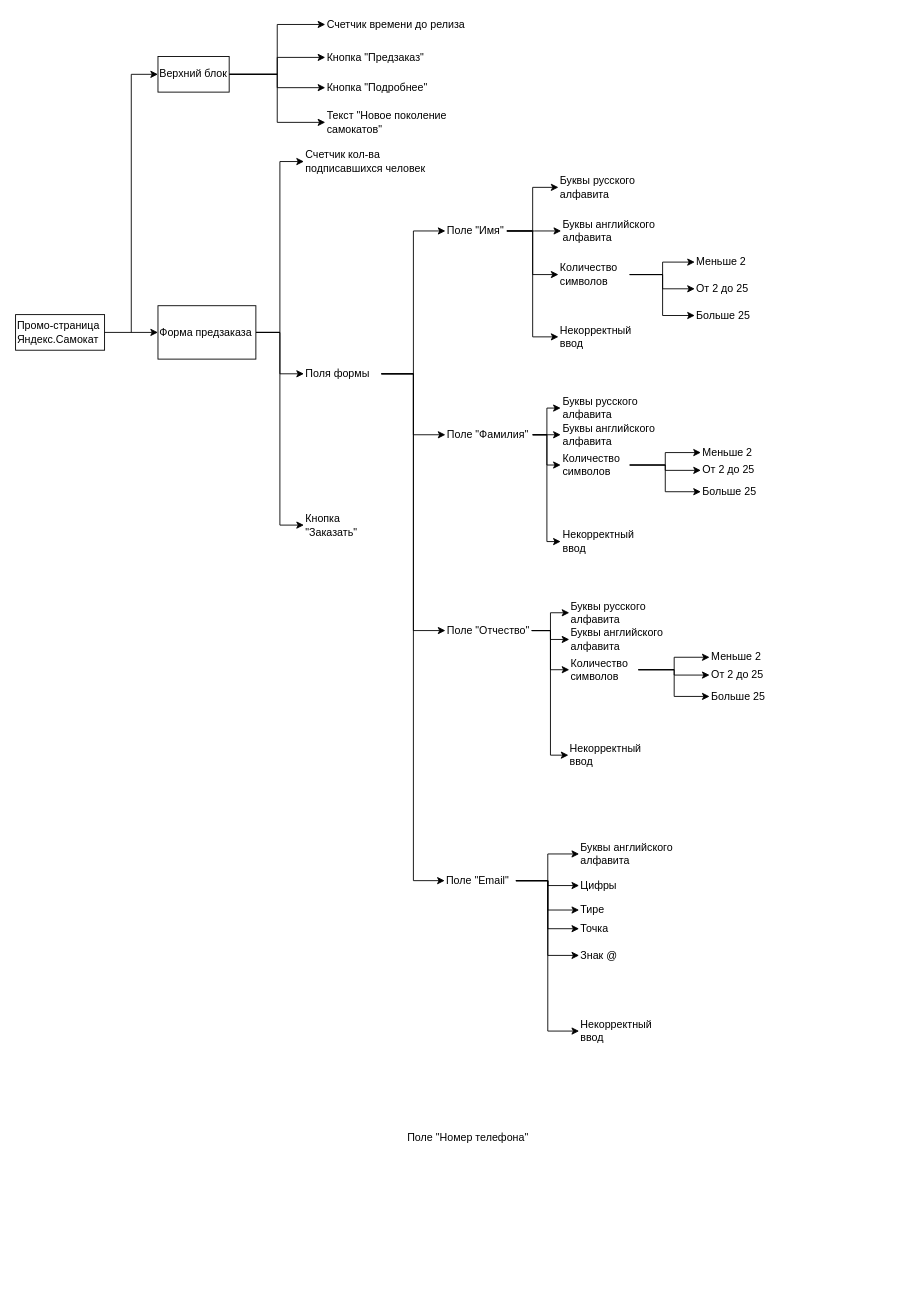
Before: Диаграмма без названия.drawio in glebchuck/js_test, a draw.io diagram. Source tidied: cells renumbered, new cells numbered last; positions are measured from the earlier drawing's top-left corner, leaving out a move shared by most shapes. Both pictures are drawn from the tidied source at 89%, with x=0, y=0 at pixel (15, 15).
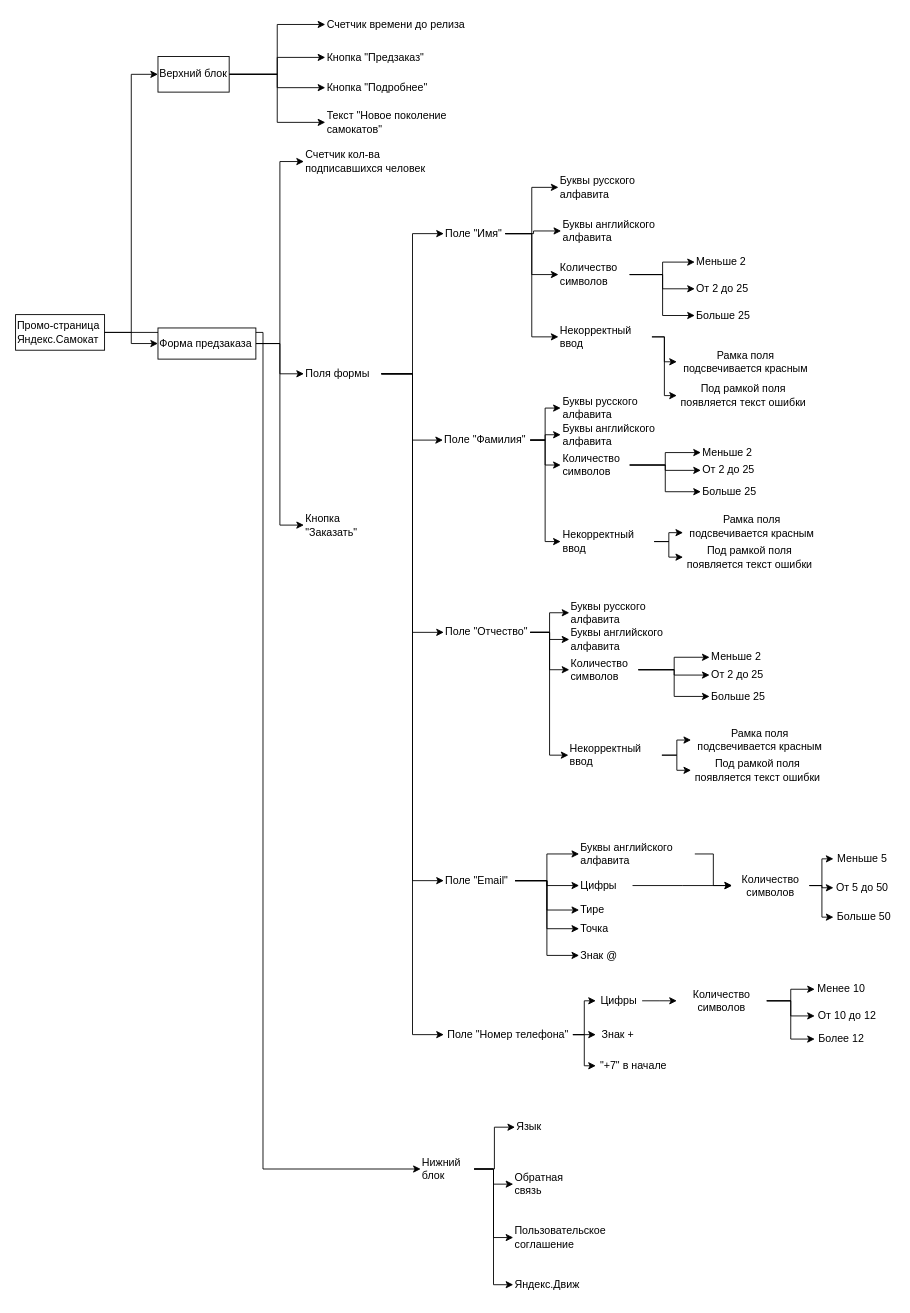
Above is the later version.

Unchanged cells that the change refers to:
```xml
<mxCell id="3" value="Промо-страница Яндекс.Самокат" style="text;html=1;strokeColor=default;fillColor=none;align=left;verticalAlign=middle;whiteSpace=wrap;rounded=0;" parent="1" vertex="1">
  <mxGeometry y="336" width="100" height="40" as="geometry" />
</mxCell>
<mxCell id="23" value="Поля формы" style="text;html=1;strokeColor=none;fillColor=none;align=left;verticalAlign=middle;whiteSpace=wrap;rounded=0;" parent="1" vertex="1">
  <mxGeometry x="324" y="388" width="87" height="29" as="geometry" />
</mxCell>
<mxCell id="74" value="Буквы английского алфавита" style="text;html=1;strokeColor=none;fillColor=none;align=left;verticalAlign=middle;whiteSpace=wrap;rounded=0;" parent="1" vertex="1">
  <mxGeometry x="633.2" y="927" width="130" height="30" as="geometry" />
</mxCell>
<mxCell id="76" value="Цифры" style="text;html=1;strokeColor=none;fillColor=none;align=left;verticalAlign=middle;whiteSpace=wrap;rounded=0;" parent="1" vertex="1">
  <mxGeometry x="633.2" y="968" width="60" height="19" as="geometry" />
</mxCell>
<mxCell id="80" value="Некорректный ввод" style="text;html=1;strokeColor=none;fillColor=none;align=left;verticalAlign=middle;whiteSpace=wrap;rounded=0;" parent="1" vertex="1">
  <mxGeometry x="610" y="346" width="105" height="30" as="geometry" />
</mxCell>
<mxCell id="81" value="Некорректный ввод" style="text;html=1;strokeColor=none;fillColor=none;align=left;verticalAlign=middle;whiteSpace=wrap;rounded=0;" parent="1" vertex="1">
  <mxGeometry x="612.5" y="576" width="105" height="30" as="geometry" />
</mxCell>
<mxCell id="82" value="Некорректный ввод" style="text;html=1;strokeColor=none;fillColor=none;align=left;verticalAlign=middle;whiteSpace=wrap;rounded=0;" parent="1" vertex="1">
  <mxGeometry x="621.2" y="816" width="105" height="30" as="geometry" />
</mxCell>
```

The edit, as a diff of the source:
```diff
@@
+    <mxCell id="84" style="edgeStyle=elbowEdgeStyle;rounded=0;jettySize=auto;html=1;exitX=1;exitY=0.5;exitDx=0;exitDy=0;" parent="1" edge="1" source="3" target="125">
+      <mxGeometry relative="1" as="geometry" />
+    </mxCell>
@@
     <mxCell id="7" value="Форма предзаказа" style="whiteSpace=wrap;html=1;align=left;" parent="1" vertex="1">
-      <mxGeometry x="160" y="326" width="110" height="60" as="geometry" />
+      <mxGeometry x="160" y="351" width="110" height="35" as="geometry" />
     </mxCell>
@@
+    <mxCell id="85" style="edgeStyle=elbowEdgeStyle;rounded=0;jettySize=auto;html=1;exitX=1;exitY=0.5;exitDx=0;exitDy=0;entryX=0;entryY=0.5;entryDx=0;entryDy=0;" parent="1" edge="1" source="23" target="47">
+      <mxGeometry relative="1" as="geometry" />
+    </mxCell>
@@
     <mxCell id="29" value="Поле &quot;Имя&quot;" style="text;html=1;strokeColor=none;fillColor=none;align=left;verticalAlign=middle;whiteSpace=wrap;rounded=0;" parent="1" vertex="1">
-      <mxGeometry x="483" y="227" width="69" height="30" as="geometry" />
+      <mxGeometry x="481.2" y="230" width="69" height="30" as="geometry" />
     </mxCell>
@@
     <mxCell id="34" value="Поле &quot;Фамилия&quot;" style="text;html=1;strokeColor=none;fillColor=none;align=left;verticalAlign=middle;whiteSpace=wrap;rounded=0;" parent="1" vertex="1">
-      <mxGeometry x="483" y="456" width="98" height="30" as="geometry" />
+      <mxGeometry x="480.2" y="462" width="98" height="30" as="geometry" />
     </mxCell>
@@
     <mxCell id="39" value="Поле &quot;Отчество&quot;" style="text;html=1;strokeColor=none;fillColor=none;align=left;verticalAlign=middle;whiteSpace=wrap;rounded=0;" parent="1" vertex="1">
-      <mxGeometry x="483" y="676" width="97" height="30" as="geometry" />
+      <mxGeometry x="481.2" y="678" width="97" height="30" as="geometry" />
     </mxCell>
@@
-    <mxCell id="45" style="edgeStyle=elbowEdgeStyle;rounded=0;jettySize=auto;html=1;exitX=1;exitY=0.5;exitDx=0;exitDy=0;entryX=0;entryY=0.5;entryDx=0;entryDy=0;" parent="1" edge="1" source="46" target="83">
-      <mxGeometry relative="1" as="geometry" />
-    </mxCell>
     <mxCell id="46" value="Поле &quot;Email&quot;" style="text;html=1;strokeColor=none;fillColor=none;align=left;verticalAlign=middle;whiteSpace=wrap;rounded=0;" parent="1" vertex="1">
-      <mxGeometry x="482.2" y="957" width="80" height="30" as="geometry" />
+      <mxGeometry x="481.2" y="957" width="80" height="30" as="geometry" />
     </mxCell>
+    <mxCell id="86" style="edgeStyle=elbowEdgeStyle;rounded=0;jettySize=auto;html=1;exitX=1;exitY=0.5;exitDx=0;exitDy=0;" parent="1" edge="1" source="47" target="111">
+      <mxGeometry relative="1" as="geometry" />
+    </mxCell>
+    <mxCell id="87" style="edgeStyle=elbowEdgeStyle;rounded=0;jettySize=auto;html=1;exitX=1;exitY=0.5;exitDx=0;exitDy=0;" parent="1" edge="1" source="47" target="112">
+      <mxGeometry relative="1" as="geometry" />
+    </mxCell>
+    <mxCell id="88" style="edgeStyle=elbowEdgeStyle;rounded=0;jettySize=auto;html=1;exitX=1;exitY=0.5;exitDx=0;exitDy=0;entryX=0;entryY=0.5;entryDx=0;entryDy=0;" parent="1" edge="1" source="47" target="113">
+      <mxGeometry relative="1" as="geometry" />
+    </mxCell>
     <mxCell id="47" value="Поле &quot;Номер телефона&quot;" style="text;html=1;strokeColor=none;fillColor=none;align=center;verticalAlign=middle;whiteSpace=wrap;rounded=0;" parent="1" vertex="1">
-      <mxGeometry x="436" y="1246" width="145" height="30" as="geometry" />
+      <mxGeometry x="481.2" y="1130" width="145" height="30" as="geometry" />
     </mxCell>
@@
+    <mxCell id="89" style="edgeStyle=elbowEdgeStyle;rounded=0;jettySize=auto;html=1;exitX=1;exitY=0.5;exitDx=0;exitDy=0;entryX=0;entryY=0.5;entryDx=0;entryDy=0;" parent="1" edge="1" source="74" target="100">
+      <mxGeometry relative="1" as="geometry" />
+    </mxCell>
@@
+    <mxCell id="90" style="edgeStyle=elbowEdgeStyle;rounded=0;jettySize=auto;html=1;exitX=1;exitY=0.5;exitDx=0;exitDy=0;entryX=0;entryY=0.5;entryDx=0;entryDy=0;" parent="1" edge="1" source="76" target="100">
+      <mxGeometry relative="1" as="geometry" />
+    </mxCell>
@@
+    <mxCell id="91" style="edgeStyle=elbowEdgeStyle;rounded=0;jettySize=auto;html=1;exitX=1;exitY=0.5;exitDx=0;exitDy=0;entryX=0;entryY=0.5;entryDx=0;entryDy=0;" parent="1" edge="1" source="80" target="106">
+      <mxGeometry relative="1" as="geometry" />
+    </mxCell>
+    <mxCell id="92" style="edgeStyle=elbowEdgeStyle;rounded=0;jettySize=auto;html=1;exitX=1;exitY=0.5;exitDx=0;exitDy=0;entryX=0;entryY=0.5;entryDx=0;entryDy=0;" parent="1" edge="1" source="80" target="107">
+      <mxGeometry relative="1" as="geometry" />
+    </mxCell>
@@
+    <mxCell id="93" style="edgeStyle=elbowEdgeStyle;rounded=0;jettySize=auto;html=1;exitX=1;exitY=0.5;exitDx=0;exitDy=0;entryX=0;entryY=0.75;entryDx=0;entryDy=0;" parent="1" edge="1" source="81" target="104">
+      <mxGeometry relative="1" as="geometry" />
+    </mxCell>
+    <mxCell id="94" style="edgeStyle=elbowEdgeStyle;rounded=0;jettySize=auto;html=1;exitX=1;exitY=0.5;exitDx=0;exitDy=0;entryX=0;entryY=0.5;entryDx=0;entryDy=0;" parent="1" edge="1" source="81" target="105">
+      <mxGeometry relative="1" as="geometry" />
+    </mxCell>
@@
+    <mxCell id="95" style="edgeStyle=elbowEdgeStyle;rounded=0;jettySize=auto;html=1;exitX=1;exitY=0.5;exitDx=0;exitDy=0;entryX=0;entryY=0.5;entryDx=0;entryDy=0;" parent="1" edge="1" source="82" target="108">
+      <mxGeometry relative="1" as="geometry" />
+    </mxCell>
+    <mxCell id="96" style="edgeStyle=elbowEdgeStyle;rounded=0;jettySize=auto;html=1;exitX=1;exitY=0.5;exitDx=0;exitDy=0;entryX=0;entryY=0.5;entryDx=0;entryDy=0;" parent="1" edge="1" source="82" target="109">
+      <mxGeometry relative="1" as="geometry" />
+    </mxCell>
@@
-    <mxCell id="83" value="Некорректный ввод" style="text;html=1;strokeColor=none;fillColor=none;align=left;verticalAlign=middle;whiteSpace=wrap;rounded=0;" parent="1" vertex="1">
-      <mxGeometry x="633.2" y="1126" width="105" height="30" as="geometry" />
-    </mxCell>
+    <mxCell id="97" style="edgeStyle=elbowEdgeStyle;rounded=0;jettySize=auto;html=1;exitX=1;exitY=0.5;exitDx=0;exitDy=0;entryX=0;entryY=0.5;entryDx=0;entryDy=0;" parent="1" edge="1" source="100" target="101">
+      <mxGeometry relative="1" as="geometry" />
+    </mxCell>
+    <mxCell id="98" style="edgeStyle=elbowEdgeStyle;rounded=0;jettySize=auto;html=1;exitX=1;exitY=0.5;exitDx=0;exitDy=0;entryX=0;entryY=0.5;entryDx=0;entryDy=0;" parent="1" edge="1" source="100" target="102">
+      <mxGeometry relative="1" as="geometry" />
+    </mxCell>
+    <mxCell id="99" style="edgeStyle=elbowEdgeStyle;rounded=0;jettySize=auto;html=1;exitX=1;exitY=0.5;exitDx=0;exitDy=0;" parent="1" edge="1" source="100" target="103">
+      <mxGeometry relative="1" as="geometry" />
+    </mxCell>
+    <mxCell id="100" value="Количество символов" style="text;html=1;strokeColor=none;fillColor=none;align=center;verticalAlign=middle;whiteSpace=wrap;rounded=0;" parent="1" vertex="1">
+      <mxGeometry x="805" y="962.5" width="87" height="30" as="geometry" />
+    </mxCell>
+    <mxCell id="101" value="Меньше 5" style="text;html=1;strokeColor=none;fillColor=none;align=center;verticalAlign=middle;whiteSpace=wrap;rounded=0;" parent="1" vertex="1">
+      <mxGeometry x="919" y="932.5" width="65" height="30" as="geometry" />
+    </mxCell>
+    <mxCell id="102" value="От 5 до 50" style="text;html=1;strokeColor=none;fillColor=none;align=center;verticalAlign=middle;whiteSpace=wrap;rounded=0;" parent="1" vertex="1">
+      <mxGeometry x="919" y="965" width="65" height="30" as="geometry" />
+    </mxCell>
+    <mxCell id="103" value="Больше 50" style="text;html=1;strokeColor=none;fillColor=none;align=center;verticalAlign=middle;whiteSpace=wrap;rounded=0;" parent="1" vertex="1">
+      <mxGeometry x="919" y="998" width="69" height="30" as="geometry" />
+    </mxCell>
+    <mxCell id="104" value="Рамка поля подсвечивается красным" style="text;html=1;strokeColor=none;fillColor=none;align=center;verticalAlign=middle;whiteSpace=wrap;rounded=0;" parent="1" vertex="1">
+      <mxGeometry x="750" y="558.5" width="155" height="30" as="geometry" />
+    </mxCell>
+    <mxCell id="105" value="Под рамкой поля появляется текст ошибки" style="text;html=1;strokeColor=none;fillColor=none;align=center;verticalAlign=middle;whiteSpace=wrap;rounded=0;" parent="1" vertex="1">
+      <mxGeometry x="750" y="593.5" width="150" height="30" as="geometry" />
+    </mxCell>
+    <mxCell id="106" value="Рамка поля подсвечивается красным" style="text;html=1;strokeColor=none;fillColor=none;align=center;verticalAlign=middle;whiteSpace=wrap;rounded=0;" parent="1" vertex="1">
+      <mxGeometry x="743" y="374" width="155" height="30" as="geometry" />
+    </mxCell>
+    <mxCell id="107" value="Под рамкой поля появляется текст ошибки" style="text;html=1;strokeColor=none;fillColor=none;align=center;verticalAlign=middle;whiteSpace=wrap;rounded=0;" parent="1" vertex="1">
+      <mxGeometry x="743" y="412" width="150" height="30" as="geometry" />
+    </mxCell>
+    <mxCell id="108" value="Рамка поля подсвечивается красным" style="text;html=1;strokeColor=none;fillColor=none;align=center;verticalAlign=middle;whiteSpace=wrap;rounded=0;" parent="1" vertex="1">
+      <mxGeometry x="759" y="799" width="155" height="30" as="geometry" />
+    </mxCell>
+    <mxCell id="109" value="Под рамкой поля появляется текст ошибки" style="text;html=1;strokeColor=none;fillColor=none;align=center;verticalAlign=middle;whiteSpace=wrap;rounded=0;" parent="1" vertex="1">
+      <mxGeometry x="759" y="833" width="150" height="30" as="geometry" />
+    </mxCell>
+    <mxCell id="110" style="edgeStyle=elbowEdgeStyle;rounded=0;jettySize=auto;html=1;exitX=1;exitY=0.5;exitDx=0;exitDy=0;entryX=0;entryY=0.5;entryDx=0;entryDy=0;" parent="1" edge="1" source="111" target="117">
+      <mxGeometry relative="1" as="geometry" />
+    </mxCell>
+    <mxCell id="111" value="Цифры" style="text;html=1;strokeColor=none;fillColor=none;align=center;verticalAlign=middle;whiteSpace=wrap;rounded=0;" parent="1" vertex="1">
+      <mxGeometry x="652" y="1092" width="52" height="30" as="geometry" />
+    </mxCell>
+    <mxCell id="112" value="Знак +" style="text;html=1;strokeColor=none;fillColor=none;align=center;verticalAlign=middle;whiteSpace=wrap;rounded=0;" parent="1" vertex="1">
+      <mxGeometry x="652" y="1130" width="50" height="30" as="geometry" />
+    </mxCell>
+    <mxCell id="113" value="&quot;+7&quot; в начале" style="text;html=1;strokeColor=none;fillColor=none;align=center;verticalAlign=middle;whiteSpace=wrap;rounded=0;" parent="1" vertex="1">
+      <mxGeometry x="652" y="1165" width="85" height="30" as="geometry" />
+    </mxCell>
+    <mxCell id="114" style="edgeStyle=elbowEdgeStyle;rounded=0;jettySize=auto;html=1;exitX=1;exitY=0.5;exitDx=0;exitDy=0;entryX=0;entryY=0.5;entryDx=0;entryDy=0;" parent="1" edge="1" source="117" target="118">
+      <mxGeometry relative="1" as="geometry" />
+    </mxCell>
+    <mxCell id="115" style="edgeStyle=elbowEdgeStyle;rounded=0;jettySize=auto;html=1;exitX=1;exitY=0.5;exitDx=0;exitDy=0;" parent="1" edge="1" source="117" target="120">
+      <mxGeometry relative="1" as="geometry" />
+    </mxCell>
+    <mxCell id="116" style="edgeStyle=elbowEdgeStyle;rounded=0;jettySize=auto;html=1;exitX=1;exitY=0.5;exitDx=0;exitDy=0;" parent="1" edge="1" source="117" target="119">
+      <mxGeometry relative="1" as="geometry" />
+    </mxCell>
+    <mxCell id="117" value="Количество символов" style="text;html=1;strokeColor=none;fillColor=none;align=center;verticalAlign=middle;whiteSpace=wrap;rounded=0;" parent="1" vertex="1">
+      <mxGeometry x="743" y="1092" width="101" height="30" as="geometry" />
+    </mxCell>
+    <mxCell id="118" value="Менее 10" style="text;html=1;strokeColor=none;fillColor=none;align=center;verticalAlign=middle;whiteSpace=wrap;rounded=0;" parent="1" vertex="1">
+      <mxGeometry x="898" y="1079" width="60" height="30" as="geometry" />
+    </mxCell>
+    <mxCell id="119" value="Более 12" style="text;html=1;strokeColor=none;fillColor=none;align=center;verticalAlign=middle;whiteSpace=wrap;rounded=0;" parent="1" vertex="1">
+      <mxGeometry x="898" y="1135" width="60" height="30" as="geometry" />
+    </mxCell>
+    <mxCell id="120" value="От 10 до 12" style="text;html=1;strokeColor=none;fillColor=none;align=center;verticalAlign=middle;whiteSpace=wrap;rounded=0;" parent="1" vertex="1">
+      <mxGeometry x="898" y="1109" width="73" height="30" as="geometry" />
+    </mxCell>
+    <mxCell id="121" style="edgeStyle=elbowEdgeStyle;rounded=0;jettySize=auto;html=1;exitX=1;exitY=0.5;exitDx=0;exitDy=0;" parent="1" edge="1" source="125" target="126">
+      <mxGeometry relative="1" as="geometry" />
+    </mxCell>
+    <mxCell id="122" style="edgeStyle=elbowEdgeStyle;rounded=0;jettySize=auto;html=1;exitX=1;exitY=0.5;exitDx=0;exitDy=0;entryX=0;entryY=0.5;entryDx=0;entryDy=0;" parent="1" edge="1" source="125" target="127">
+      <mxGeometry relative="1" as="geometry" />
+    </mxCell>
+    <mxCell id="123" style="edgeStyle=elbowEdgeStyle;rounded=0;jettySize=auto;html=1;exitX=1;exitY=0.5;exitDx=0;exitDy=0;entryX=0;entryY=0.5;entryDx=0;entryDy=0;" parent="1" edge="1" source="125" target="128">
+      <mxGeometry relative="1" as="geometry" />
+    </mxCell>
+    <mxCell id="124" style="edgeStyle=elbowEdgeStyle;rounded=0;jettySize=auto;html=1;exitX=1;exitY=0.5;exitDx=0;exitDy=0;entryX=0;entryY=0.5;entryDx=0;entryDy=0;" parent="1" edge="1" source="125" target="129">
+      <mxGeometry relative="1" as="geometry" />
+    </mxCell>
+    <mxCell id="125" value="Нижний блок" style="text;html=1;strokeColor=none;fillColor=none;align=left;verticalAlign=middle;whiteSpace=wrap;rounded=0;" parent="1" vertex="1">
+      <mxGeometry x="455.2" y="1282" width="60" height="28" as="geometry" />
+    </mxCell>
+    <mxCell id="126" value="Язык" style="text;html=1;strokeColor=none;fillColor=none;align=left;verticalAlign=middle;whiteSpace=wrap;rounded=0;" parent="1" vertex="1">
+      <mxGeometry x="561.2" y="1234" width="60" height="30" as="geometry" />
+    </mxCell>
+    <mxCell id="127" value="Обратная связь" style="text;html=1;strokeColor=none;fillColor=none;align=left;verticalAlign=middle;whiteSpace=wrap;rounded=0;" parent="1" vertex="1">
+      <mxGeometry x="559.2" y="1298" width="60" height="30" as="geometry" />
+    </mxCell>
+    <mxCell id="128" value="Пользовательское соглашение" style="text;html=1;strokeColor=none;fillColor=none;align=left;verticalAlign=middle;whiteSpace=wrap;rounded=0;" parent="1" vertex="1">
+      <mxGeometry x="559.2" y="1358" width="60" height="30" as="geometry" />
+    </mxCell>
+    <mxCell id="129" value="Яндекс.Движ" style="text;html=1;strokeColor=none;fillColor=none;align=left;verticalAlign=middle;whiteSpace=wrap;rounded=0;" parent="1" vertex="1">
+      <mxGeometry x="559.2" y="1411" width="60" height="30" as="geometry" />
+    </mxCell>
```
